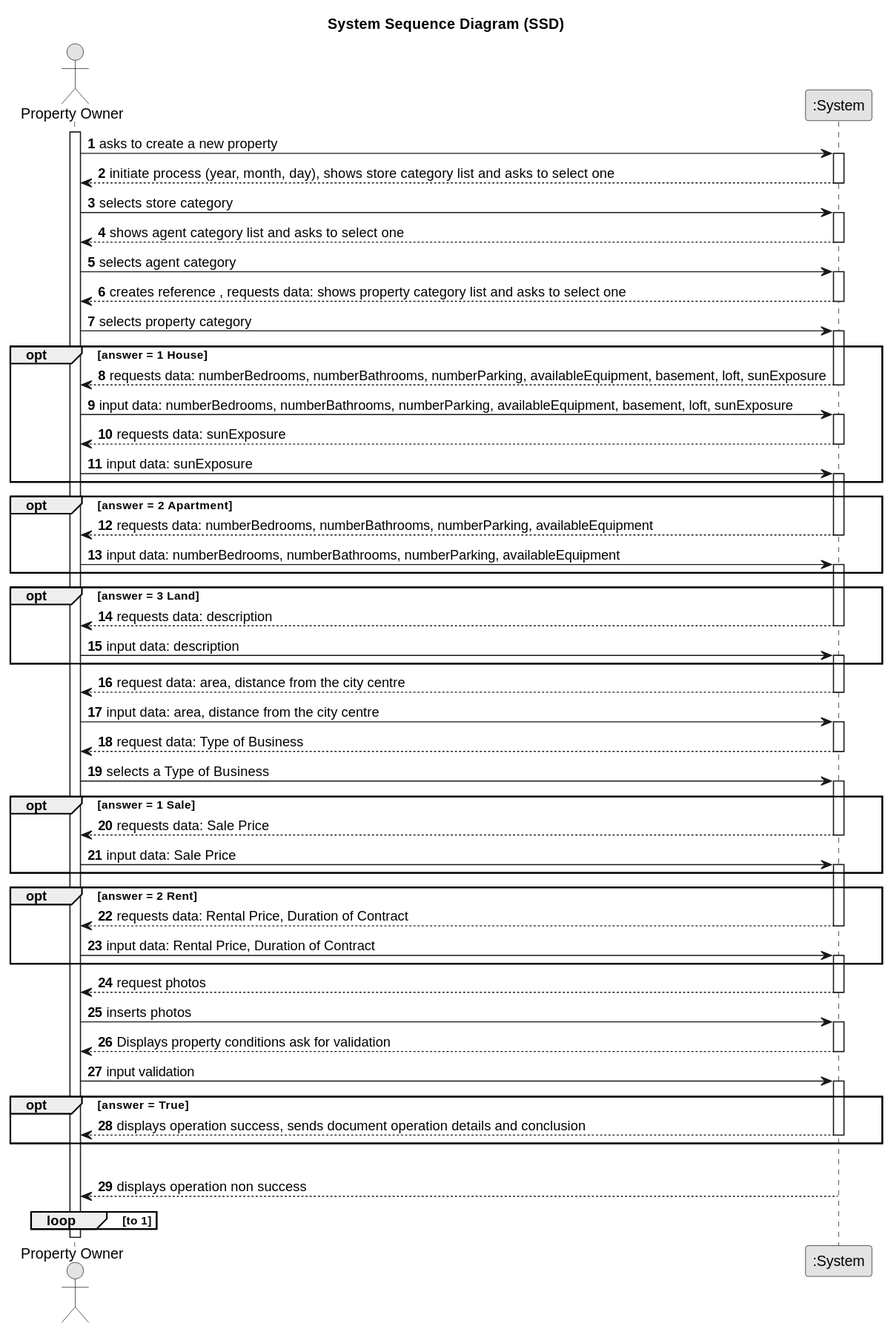
Above: docs/sprintA/us004/01.requirements-engineering/svg/us004-system-sequence-diagram-System_Sequence_Diagram__SSD.svg in PEDROMOREIRA45/lei-23-s2-1dg-g31 (PlantUML), before the change.
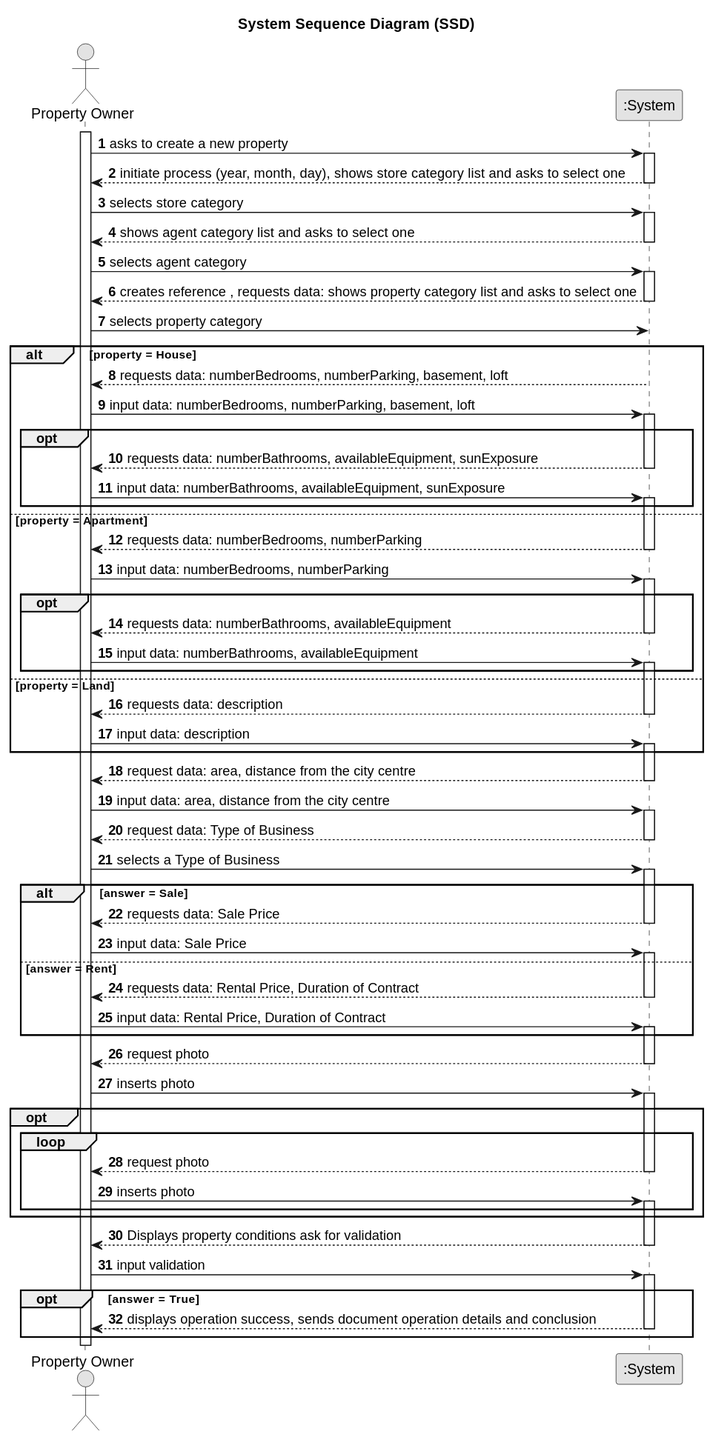
Above is the later version.

Diff of the diagram source:
```diff
@@ -31,32 +31,39 @@
     deactivate System
 
         User -> System : selects property category
-    activate System
 
-    group opt [answer = 1 House]
-            System --> User : requests data: numberBedrooms, numberBathrooms, numberParking, availableEquipment, basement, loft, sunExposure
+
+    alt property = House
+            System --> User : requests data: numberBedrooms, numberParking, basement, loft
         deactivate System
 
-                User -> System : input data: numberBedrooms, numberBathrooms, numberParking, availableEquipment, basement, loft, sunExposure
+                User -> System : input data: numberBedrooms, numberParking, basement, loft
         activate System
 
-        System --> User : requests data: sunExposure
+            group opt
+                System --> User : requests data: numberBathrooms, availableEquipment, sunExposure
                 deactivate System
 
-                User -> System : input data: sunExposure
+                User -> System : input data: numberBathrooms, availableEquipment, sunExposure
                 activate System
-    end
+            end
 
-    group opt [answer = 2 Apartment]
-                System --> User : requests data: numberBedrooms, numberBathrooms, numberParking, availableEquipment
+    else property = Apartment
+                System --> User : requests data: numberBedrooms, numberParking
             deactivate System
 
-                    User -> System : input data: numberBedrooms, numberBathrooms, numberParking, availableEquipment
+                    User -> System : input data: numberBedrooms, numberParking
             activate System
 
-    end
+            group opt
+                    System --> User : requests data: numberBathrooms, availableEquipment
+                    deactivate System
 
-    group opt [answer = 3 Land]
+                    User -> System : input data: numberBathrooms, availableEquipment
+                    activate System
+            end
+
+    else property = Land
                     System --> User : requests data: description
                 deactivate System
 
@@ -76,27 +83,35 @@
         User -> System : selects a Type of Business
     activate System
 
-    group opt [answer = 1 Sale]
+    alt answer = Sale
         System --> User : requests data: Sale Price
     deactivate System
 
         User -> System : input data: Sale Price
         activate System
-    end
 
-    group opt [answer = 2 Rent]
+
+    else answer = Rent
                         System --> User : requests data: Rental Price, Duration of Contract
                     deactivate System
 
                             User -> System : input data: Rental Price, Duration of Contract
                     activate System
     end
-            System --> User : request photos
+                System --> User : request photo
+        deactivate System
+
+    	        User -> System : inserts photo
+        activate System
+    group opt
+    loop
+            System --> User : request photo
     deactivate System
 
-	        User -> System : inserts photos
+	        User -> System : inserts photo
     activate System
-
+    end
+    end
             System --> User : Displays property conditions ask for validation
     deactivate System
 
@@ -107,10 +122,4 @@
             System --> User : displays operation success, sends document operation details and conclusion
         deactivate System
     end
-
-    group opt [answer = False]
-            System --> User : displays operation non success
-        deactivate System
-    loop to 1
-    end
 @enduml
```
